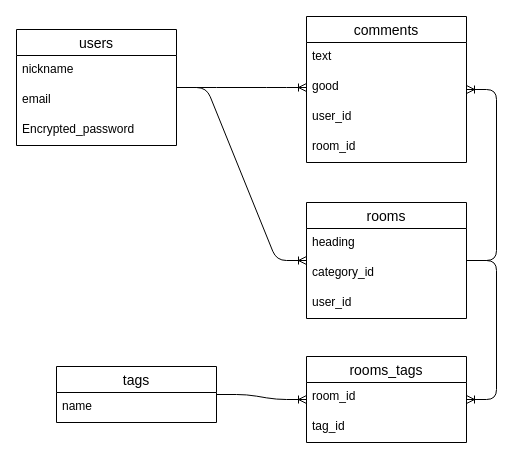
Before: geek-chat.dio in Okisen/geek-chat, a draw.io diagram. Source tidied: cells renumbered, new cells numbered last; positions are measured from the earlier drawing's top-left corner, leaving out a move shared by most shapes. Both pictures are drawn from the tidied source at 100%, with x=0, y=0 at pixel (16, 16).
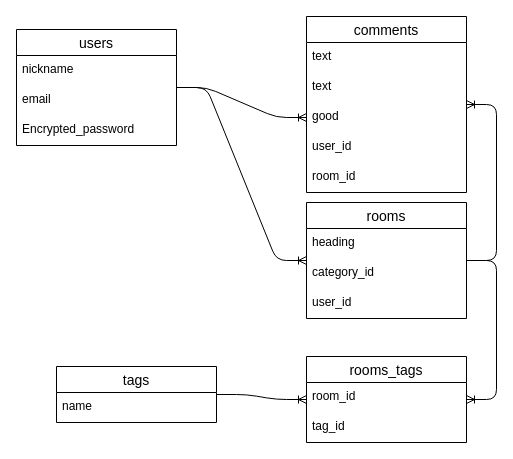
After the change.

Diff of the diagram source:
```diff
@@
     <mxCell id="4" value="comments" style="swimlane;fontStyle=0;horizontal=1;startSize=26;align=center;fontSize=14;" parent="1" vertex="1">
-      <mxGeometry x="290" width="160" height="146" as="geometry" />
+      <mxGeometry x="290" width="160" height="176" as="geometry" />
     </mxCell>
@@
+    <mxCell id="25" value="text" style="text;strokeColor=none;fillColor=none;spacingLeft=4;spacingRight=4;overflow=hidden;fontSize=12;" parent="4" vertex="1">
+      <mxGeometry y="56" width="160" height="30" as="geometry" />
+    </mxCell>
     <mxCell id="6" value="good" style="text;strokeColor=none;fillColor=none;spacingLeft=4;spacingRight=4;overflow=hidden;points=[[0,0.5],[1,0.5]];portConstraint=eastwest;fontSize=12;" parent="4" vertex="1">
-      <mxGeometry y="56" width="160" height="30" as="geometry" />
+      <mxGeometry y="86" width="160" height="30" as="geometry" />
     </mxCell>
     <mxCell id="7" value="user_id" style="text;strokeColor=none;fillColor=none;spacingLeft=4;spacingRight=4;overflow=hidden;fontSize=12;" parent="4" vertex="1">
-      <mxGeometry y="86" width="160" height="30" as="geometry" />
+      <mxGeometry y="116" width="160" height="30" as="geometry" />
     </mxCell>
     <mxCell id="8" value="room_id" style="text;strokeColor=none;fillColor=none;spacingLeft=4;spacingRight=4;overflow=hidden;fontSize=12;" parent="4" vertex="1">
-      <mxGeometry y="116" width="160" height="30" as="geometry" />
+      <mxGeometry y="146" width="160" height="30" as="geometry" />
     </mxCell>
```
